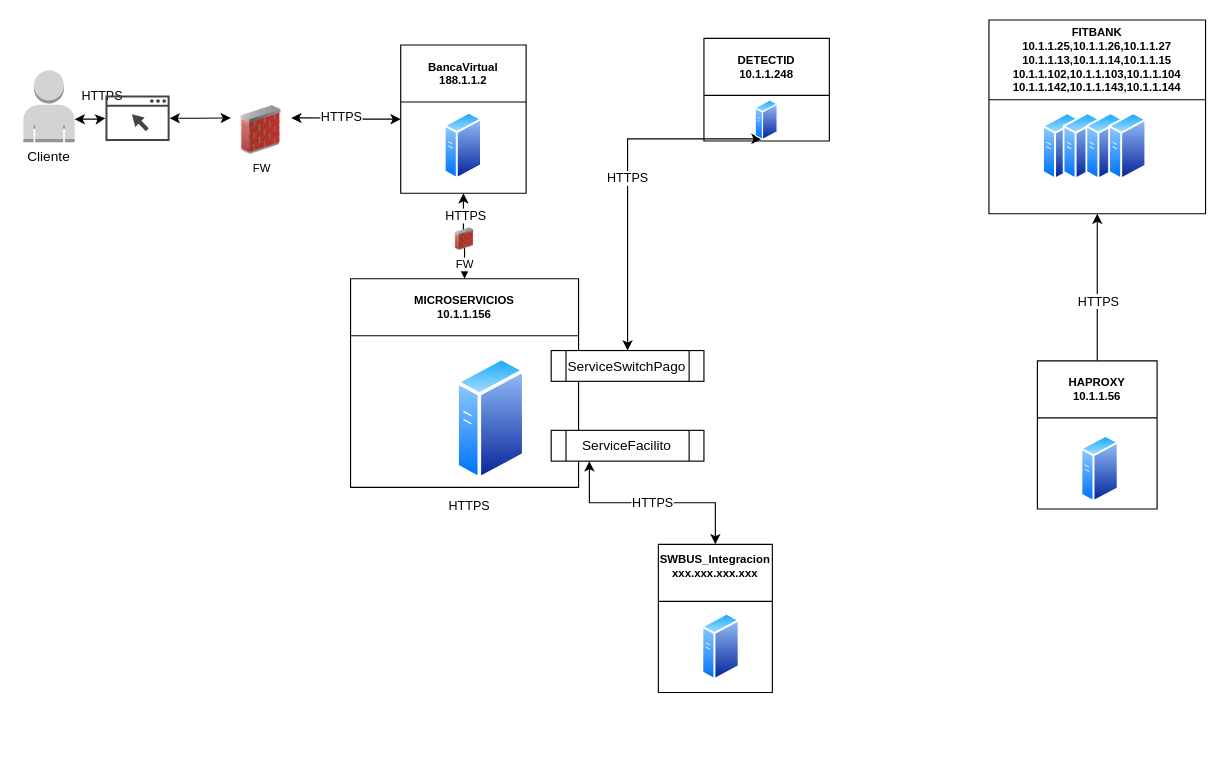
Above: ServicesPayment.drawio in davidguillermofg/Diagrams (draw.io), before the change. Source tidied: cells renumbered, new cells numbered last; positions are measured from the earlier drawing's top-left corner, leaving out a move shared by most shapes. Both pictures are drawn from the tidied source at 114%, with x=0, y=0 at pixel (19, 19).
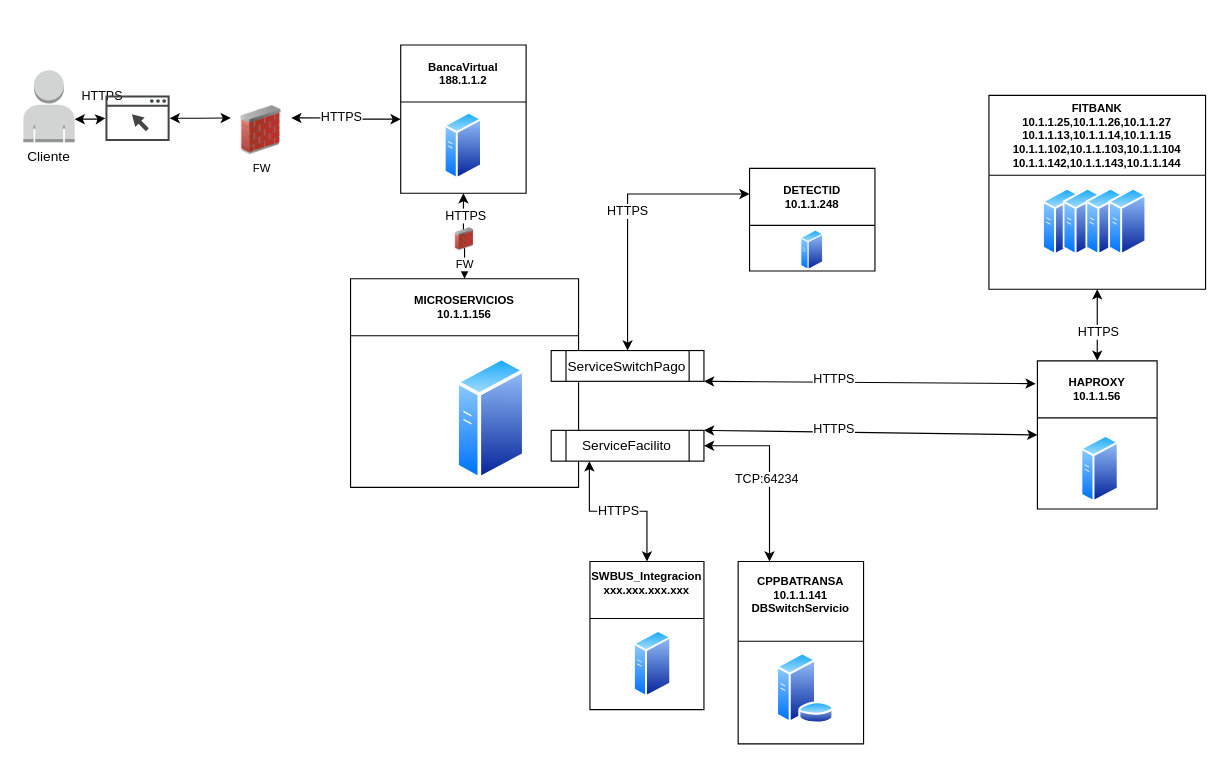
After the change.

Unchanged cells that the change refers to:
```xml
<mxCell id="20" style="perimeter=ellipsePerimeter;html=1;align=center;shadow=0;dashed=0;spacingTop=3;image;image=img/lib/active_directory/generic_server.svg;fontSize=10;" parent="19" vertex="1">
  <mxGeometry x="44.9" y="53.8" width="20.3" height="36.2" as="geometry" />
</mxCell>
<mxCell id="25" value="ServiceFacilito" style="shape=process;whiteSpace=wrap;html=1;backgroundOutline=1;" parent="1" vertex="1">
  <mxGeometry x="466" y="360" width="134" height="27" as="geometry" />
</mxCell>
<mxCell id="26" value="ServiceSwitchPago" style="shape=process;whiteSpace=wrap;html=1;backgroundOutline=1;" parent="1" vertex="1">
  <mxGeometry x="466" y="290" width="134" height="27" as="geometry" />
</mxCell>
<mxCell id="35" value="HAPROXY&#10;10.1.1.56" style="swimlane;startSize=50;fontSize=10;" parent="1" vertex="1">
  <mxGeometry x="892.5" y="299" width="105" height="130" as="geometry" />
</mxCell>
```

The edit, as a diff of the source:
```diff
@@
-    <mxCell id="18" value="HTTPS" style="edgeStyle=orthogonalEdgeStyle;rounded=0;jettySize=auto;html=1;startArrow=classic;startFill=1;entryX=0.5;entryY=0;entryDx=0;entryDy=0;exitX=0.25;exitY=1;exitDx=0;exitDy=0;" parent="1" edge="1" source="20" target="26">
+    <mxCell id="18" value="HTTPS" style="edgeStyle=orthogonalEdgeStyle;rounded=0;jettySize=auto;html=1;startArrow=classic;startFill=1;entryX=0.5;entryY=0;entryDx=0;entryDy=0;exitX=0;exitY=0.25;exitDx=0;exitDy=0;" parent="1" edge="1" source="19" target="26">
       <mxGeometry relative="1" as="geometry" />
     </mxCell>
     <mxCell id="19" value="DETECTID&#10;10.1.1.248" style="swimlane;startSize=50;fontSize=10;" parent="1" vertex="1">
-      <mxGeometry x="600" y="16.2" width="110" height="90" as="geometry" />
+      <mxGeometry x="640" y="130.2" width="110" height="90" as="geometry" />
     </mxCell>
@@
     <mxCell id="21" value="SWBUS_Integracion&#10;xxx.xxx.xxx.xxx&#10;" style="swimlane;startSize=50;fontSize=10;" parent="1" vertex="1">
-      <mxGeometry x="560" y="460" width="100" height="130" as="geometry" />
+      <mxGeometry x="500" y="475" width="100" height="130" as="geometry" />
     </mxCell>
@@
-    <mxCell id="24" value="HTTPS" style="edgeLabel;html=1;align=center;verticalAlign=middle;" parent="1" vertex="1">
-      <mxGeometry x="393.9" y="425" as="geometry" />
-    </mxCell>
@@
     <mxCell id="28" value="FITBANK&#10;10.1.1.25,10.1.1.26,10.1.1.27&#10;10.1.1.13,10.1.1.14,10.1.1.15&#10;10.1.1.102,10.1.1.103,10.1.1.104&#10;10.1.1.142,10.1.1.143,10.1.1.144" style="swimlane;startSize=70;fontSize=10;" parent="1" vertex="1">
-      <mxGeometry x="850" width="190" height="170" as="geometry" />
+      <mxGeometry x="850" y="66.2" width="190" height="170" as="geometry" />
     </mxCell>
@@
-    <mxCell id="33" style="edgeStyle=orthogonalEdgeStyle;rounded=0;jettySize=auto;html=1;entryX=0.5;entryY=1;entryDx=0;entryDy=0;" parent="1" edge="1" source="35" target="28">
+    <mxCell id="33" style="edgeStyle=orthogonalEdgeStyle;rounded=0;jettySize=auto;html=1;entryX=0.5;entryY=1;entryDx=0;entryDy=0;startArrow=classic;startFill=1;" parent="1" edge="1" source="35" target="28">
       <mxGeometry relative="1" as="geometry" />
     </mxCell>
@@
+    <mxCell id="37" style="edgeStyle=orthogonalEdgeStyle;rounded=0;jettySize=auto;html=1;exitX=1;exitY=0.5;exitDx=0;exitDy=0;entryX=0.25;entryY=0;entryDx=0;entryDy=0;startArrow=classic;startFill=1;" parent="1" edge="1" source="25" target="39">
+      <mxGeometry relative="1" as="geometry" />
+    </mxCell>
+    <mxCell id="38" value="TCP:64234" style="edgeLabel;html=1;align=center;verticalAlign=middle;" parent="37" vertex="1">
+      <mxGeometry x="-0.04" relative="1" as="geometry">
+        <mxPoint x="-3" y="10" as="offset" />
+      </mxGeometry>
+    </mxCell>
+    <mxCell id="39" value="CPPBATRANSA&#10;10.1.1.141&#10;DBSwitchServicio&#10;" style="swimlane;startSize=70;fontSize=10;" parent="1" vertex="1">
+      <mxGeometry x="630" y="475" width="110" height="160" as="geometry" />
+    </mxCell>
+    <mxCell id="40" style="perimeter=ellipsePerimeter;html=1;align=center;shadow=0;dashed=0;spacingTop=3;image;image=img/lib/active_directory/database_server.svg;" parent="39" vertex="1">
+      <mxGeometry x="33.2" y="80" width="51.4" height="62.7" as="geometry" />
+    </mxCell>
+    <mxCell id="41" style="rounded=0;jettySize=auto;html=1;startArrow=classic;startFill=1;exitX=1;exitY=0;exitDx=0;exitDy=0;entryX=0;entryY=0.5;entryDx=0;entryDy=0;" parent="1" edge="1" source="25" target="35">
+      <mxGeometry relative="1" as="geometry" />
+    </mxCell>
+    <mxCell id="42" value="HTTPS" style="edgeLabel;html=1;align=center;verticalAlign=middle;" parent="41" vertex="1">
+      <mxGeometry x="-0.3" y="3" relative="1" as="geometry">
+        <mxPoint x="11" as="offset" />
+      </mxGeometry>
+    </mxCell>
+    <mxCell id="43" style="rounded=0;jettySize=auto;html=1;startArrow=classic;startFill=1;exitX=1;exitY=1;exitDx=0;exitDy=0;entryX=-0.014;entryY=0.154;entryDx=0;entryDy=0;entryPerimeter=0;" parent="1" edge="1" source="26" target="35">
+      <mxGeometry relative="1" as="geometry" />
+    </mxCell>
+    <mxCell id="44" value="HTTPS" style="edgeLabel;html=1;align=center;verticalAlign=middle;" parent="43" vertex="1">
+      <mxGeometry x="-0.3" y="3" relative="1" as="geometry">
+        <mxPoint x="11" as="offset" />
+      </mxGeometry>
+    </mxCell>
```
